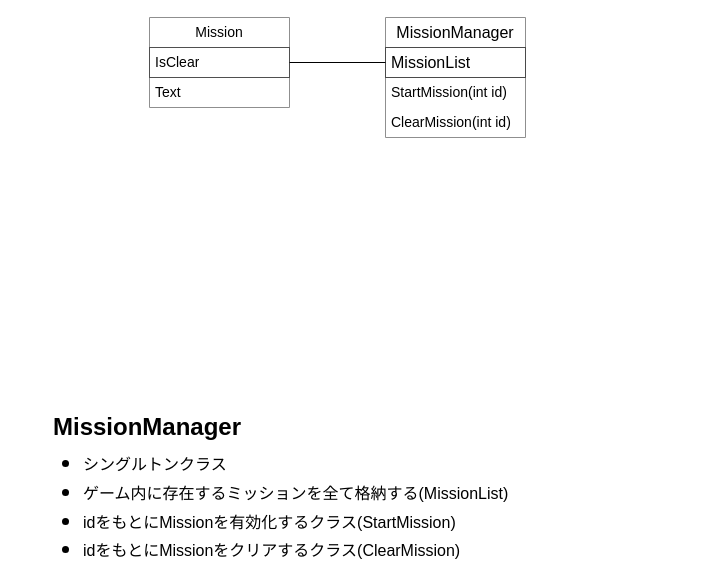
Before: 名称未設定ファイル.drawio in AoyamaSaito/yuuhi-no-machi, a draw.io diagram. Source tidied: cells renumbered, new cells numbered last; positions are measured from the earlier drawing's top-left corner, leaving out a move shared by most shapes. Both pictures are drawn from the tidied source at 100%, with x=0, y=0 at pixel (41, 17).
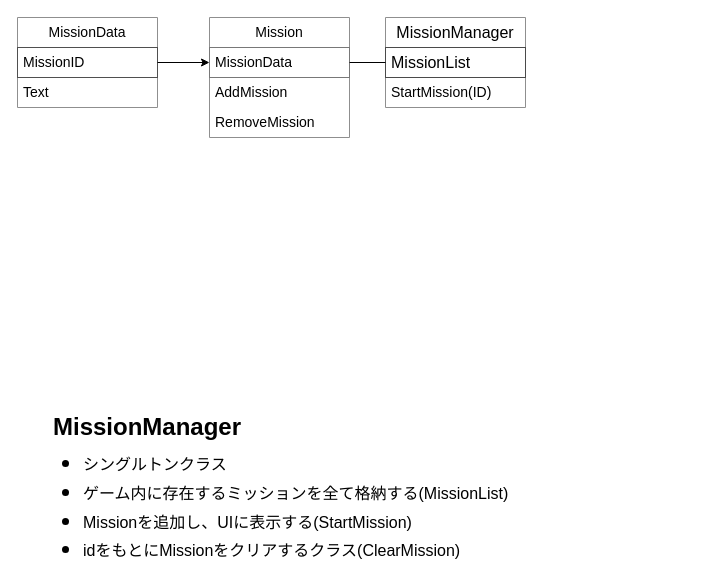
The same diagram, later.

Commit message:
名称未設定ファイル.drawio を更新します

Diff of the diagram source:
```diff
@@
 <mxGraphModel>
   <root>
     <mxCell id="0" />
     <mxCell id="1" parent="0" />
     <mxCell id="2" value="MissionManager" style="text;strokeColor=none;fillColor=none;html=1;fontSize=24;fontStyle=1;verticalAlign=middle;align=left;" parent="1" vertex="1">
       <mxGeometry x="10" y="390" width="100" height="40" as="geometry" />
     </mxCell>
-    <mxCell id="3" value="&lt;ul&gt;&lt;li style=&quot;&quot;&gt;&lt;font style=&quot;font-size: 16px;&quot;&gt;シングルトンクラス&lt;/font&gt;&lt;/li&gt;&lt;li style=&quot;&quot;&gt;&lt;font style=&quot;font-size: 16px;&quot;&gt;ゲーム内に存在するミッションを全て格納する(MissionList)&lt;/font&gt;&lt;/li&gt;&lt;li style=&quot;&quot;&gt;&lt;span style=&quot;font-size: 16px;&quot;&gt;idをもとにMissionを有効化するクラス(StartMission)&lt;/span&gt;&lt;/li&gt;&lt;li style=&quot;&quot;&gt;&lt;span style=&quot;font-size: 16px;&quot;&gt;idをもとにMissionをクリアするクラス(ClearMission)&lt;/span&gt;&lt;/li&gt;&lt;/ul&gt;" style="text;strokeColor=none;fillColor=none;html=1;whiteSpace=wrap;verticalAlign=top;overflow=hidden;fontSize=24;align=left;labelPosition=center;verticalLabelPosition=middle;horizontal=1;" parent="1" vertex="1">
+    <mxCell id="3" value="&lt;ul&gt;&lt;li style=&quot;&quot;&gt;&lt;font style=&quot;font-size: 16px;&quot;&gt;シングルトンクラス&lt;/font&gt;&lt;/li&gt;&lt;li style=&quot;&quot;&gt;&lt;font style=&quot;font-size: 16px;&quot;&gt;ゲーム内に存在するミッションを全て格納する(MissionList)&lt;/font&gt;&lt;/li&gt;&lt;li style=&quot;&quot;&gt;&lt;span style=&quot;font-size: 16px;&quot;&gt;Missionを追加し、UIに表示する(StartMission)&lt;/span&gt;&lt;/li&gt;&lt;li style=&quot;&quot;&gt;&lt;span style=&quot;font-size: 16px;&quot;&gt;idをもとにMissionをクリアするクラス(ClearMission)&lt;/span&gt;&lt;/li&gt;&lt;/ul&gt;" style="text;strokeColor=none;fillColor=none;html=1;whiteSpace=wrap;verticalAlign=top;overflow=hidden;fontSize=24;align=left;labelPosition=center;verticalLabelPosition=middle;horizontal=1;" parent="1" vertex="1">
       <mxGeometry y="400" width="660" height="144" as="geometry" />
     </mxCell>
     <mxCell id="4" value="MissionManager" style="swimlane;fontStyle=0;horizontal=1;startSize=30;whiteSpace=wrap;html=1;strokeColor=#8F8F8F;fontSize=16;" parent="1" vertex="1">
-      <mxGeometry x="344" width="140" height="120" as="geometry" />
+      <mxGeometry x="344" width="140" height="90" as="geometry" />
     </mxCell>
     <mxCell id="5" value="MissionList" style="text;strokeColor=#4A4A4A;fillColor=none;align=left;verticalAlign=middle;spacingLeft=4;spacingRight=4;overflow=hidden;points=[[0,0.5],[1,0.5]];portConstraint=eastwest;whiteSpace=wrap;html=1;fontSize=16;" parent="4" vertex="1">
       <mxGeometry y="30" width="140" height="30" as="geometry" />
     </mxCell>
-    <mxCell id="6" value="StartMission(int id)" style="text;strokeColor=none;fillColor=none;align=left;verticalAlign=middle;spacingLeft=4;spacingRight=4;overflow=hidden;whiteSpace=wrap;html=1;fontSize=14;" parent="4" vertex="1">
+    <mxCell id="6" value="StartMission(ID)" style="text;strokeColor=none;fillColor=none;align=left;verticalAlign=middle;spacingLeft=4;spacingRight=4;overflow=hidden;whiteSpace=wrap;html=1;fontSize=14;" parent="4" vertex="1">
       <mxGeometry y="60" width="140" height="30" as="geometry" />
     </mxCell>
-    <mxCell id="7" value="ClearMission(int id)" style="text;strokeColor=none;fillColor=none;align=left;verticalAlign=middle;spacingLeft=4;spacingRight=4;overflow=hidden;whiteSpace=wrap;html=1;fontSize=14;" parent="4" vertex="1">
-      <mxGeometry y="90" width="140" height="30" as="geometry" />
-    </mxCell>
     <mxCell id="8" value="Mission" style="swimlane;fontStyle=0;horizontal=1;startSize=30;whiteSpace=wrap;html=1;strokeColor=#8F8F8F;fontSize=14;" parent="1" vertex="1">
-      <mxGeometry x="108" width="140" height="90" as="geometry" />
+      <mxGeometry x="168" width="140" height="120" as="geometry" />
     </mxCell>
-    <mxCell id="9" value="IsClear" style="text;strokeColor=#4F4F4F;fillColor=none;align=left;verticalAlign=middle;spacingLeft=4;spacingRight=4;overflow=hidden;points=[[0,0.5],[1,0.5]];portConstraint=eastwest;whiteSpace=wrap;html=1;fontSize=14;" parent="8" vertex="1">
+    <mxCell id="9" value="MissionData" style="text;strokeColor=#787878;fillColor=none;align=left;verticalAlign=middle;spacingLeft=4;spacingRight=4;overflow=hidden;points=[[0,0.5],[1,0.5]];portConstraint=eastwest;whiteSpace=wrap;html=1;fontSize=14;" parent="8" vertex="1">
       <mxGeometry y="30" width="140" height="30" as="geometry" />
     </mxCell>
-    <mxCell id="10" value="Text" style="text;strokeColor=none;fillColor=none;align=left;verticalAlign=middle;spacingLeft=4;spacingRight=4;overflow=hidden;whiteSpace=wrap;html=1;fontSize=14;" parent="8" vertex="1">
+    <mxCell id="10" value="AddMission" style="text;strokeColor=none;fillColor=none;align=left;verticalAlign=middle;spacingLeft=4;spacingRight=4;overflow=hidden;whiteSpace=wrap;html=1;fontSize=14;" parent="8" vertex="1">
       <mxGeometry y="60" width="140" height="30" as="geometry" />
     </mxCell>
+    <mxCell id="12" value="RemoveMission" style="text;strokeColor=none;fillColor=none;align=left;verticalAlign=middle;spacingLeft=4;spacingRight=4;overflow=hidden;whiteSpace=wrap;html=1;fontSize=14;" parent="8" vertex="1">
+      <mxGeometry y="90" width="140" height="30" as="geometry" />
+    </mxCell>
     <mxCell id="11" style="endArrow=none;html=1;rounded=0;fontSize=14;exitX=1;exitY=0.5;exitDx=0;exitDy=0;entryX=0;entryY=0.5;entryDx=0;entryDy=0;" parent="1" edge="1" source="9" target="5">
       <mxGeometry relative="1" as="geometry" />
     </mxCell>
+    <mxCell id="13" value="MissionData" style="swimlane;fontStyle=0;horizontal=1;startSize=30;whiteSpace=wrap;html=1;strokeColor=#8F8F8F;fontSize=14;" parent="1" vertex="1">
+      <mxGeometry x="-24" width="140" height="90" as="geometry" />
+    </mxCell>
+    <mxCell id="14" value="MissionID" style="text;strokeColor=#4F4F4F;fillColor=none;align=left;verticalAlign=middle;spacingLeft=4;spacingRight=4;overflow=hidden;points=[[0,0.5],[1,0.5]];portConstraint=eastwest;whiteSpace=wrap;html=1;fontSize=14;" parent="13" vertex="1">
+      <mxGeometry y="30" width="140" height="30" as="geometry" />
+    </mxCell>
+    <mxCell id="15" value="Text" style="text;strokeColor=none;fillColor=none;align=left;verticalAlign=middle;spacingLeft=4;spacingRight=4;overflow=hidden;whiteSpace=wrap;html=1;fontSize=14;" parent="13" vertex="1">
+      <mxGeometry y="60" width="140" height="30" as="geometry" />
+    </mxCell>
+    <mxCell id="16" style="endArrow=classic;html=1;rounded=0;exitX=1;exitY=0.5;exitDx=0;exitDy=0;entryX=0;entryY=0.5;entryDx=0;entryDy=0;" parent="1" edge="1" source="14" target="9">
+      <mxGeometry relative="1" as="geometry" />
+    </mxCell>
   </root>
 </mxGraphModel>
```
